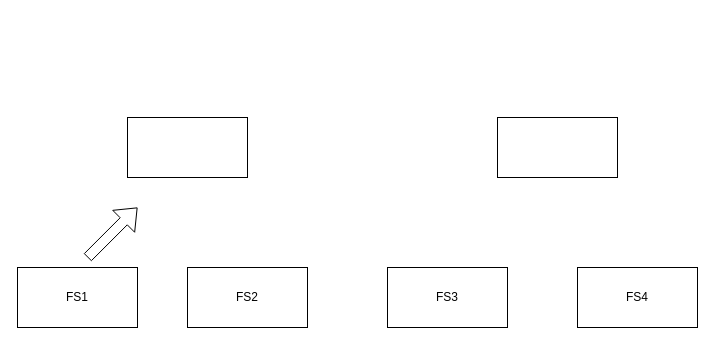
Earlier version of the draw.io diagram Untitled Diagram.drawio (ChunchengHai/Python-for-Everybody). Source tidied: cells renumbered, new cells numbered last; positions are measured from the earlier drawing's top-left corner, leaving out a move shared by most shapes. Both pictures are drawn from the tidied source at 100%, with x=0, y=0 at pixel (17, 117).
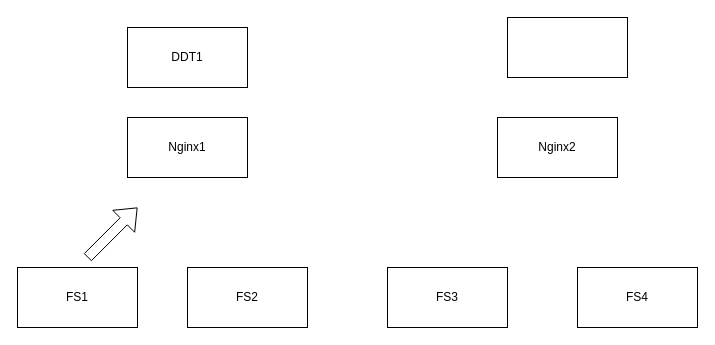
The same page after the edit.

The edit, as a diff of the source:
```diff
@@
 <mxGraphModel>
   <root>
     <mxCell id="0" />
     <mxCell id="1" parent="0" />
     <mxCell id="2" value="FS1" style="rounded=0;whiteSpace=wrap;html=1;" parent="1" vertex="1">
       <mxGeometry y="150" width="120" height="60" as="geometry" />
     </mxCell>
     <mxCell id="3" style="shape=flexArrow;endArrow=classic;html=1;rounded=0;" parent="1" edge="1">
       <mxGeometry relative="1" as="geometry">
         <mxPoint x="70" y="140" as="sourcePoint" />
         <mxPoint x="120" y="90" as="targetPoint" />
       </mxGeometry>
     </mxCell>
     <mxCell id="4" value="FS2" style="rounded=0;whiteSpace=wrap;html=1;" parent="1" vertex="1">
       <mxGeometry x="170" y="150" width="120" height="60" as="geometry" />
     </mxCell>
     <mxCell id="5" value="FS3" style="rounded=0;whiteSpace=wrap;html=1;" parent="1" vertex="1">
       <mxGeometry x="370" y="150" width="120" height="60" as="geometry" />
     </mxCell>
     <mxCell id="6" value="FS4" style="rounded=0;whiteSpace=wrap;html=1;" parent="1" vertex="1">
       <mxGeometry x="560" y="150" width="120" height="60" as="geometry" />
     </mxCell>
-    <mxCell id="7" style="rounded=0;whiteSpace=wrap;html=1;" parent="1" vertex="1">
+    <mxCell id="7" value="Nginx1" style="rounded=0;whiteSpace=wrap;html=1;" parent="1" vertex="1">
       <mxGeometry x="110" width="120" height="60" as="geometry" />
     </mxCell>
-    <mxCell id="8" style="rounded=0;whiteSpace=wrap;html=1;" parent="1" vertex="1">
+    <mxCell id="8" value="Nginx2" style="rounded=0;whiteSpace=wrap;html=1;" parent="1" vertex="1">
       <mxGeometry x="480" width="120" height="60" as="geometry" />
     </mxCell>
+    <mxCell id="9" value="DDT1" style="rounded=0;whiteSpace=wrap;html=1;" parent="1" vertex="1">
+      <mxGeometry x="110" y="-90" width="120" height="60" as="geometry" />
+    </mxCell>
+    <mxCell id="10" style="rounded=0;whiteSpace=wrap;html=1;" parent="1" vertex="1">
+      <mxGeometry x="490" y="-100" width="120" height="60" as="geometry" />
+    </mxCell>
   </root>
 </mxGraphModel>
```
